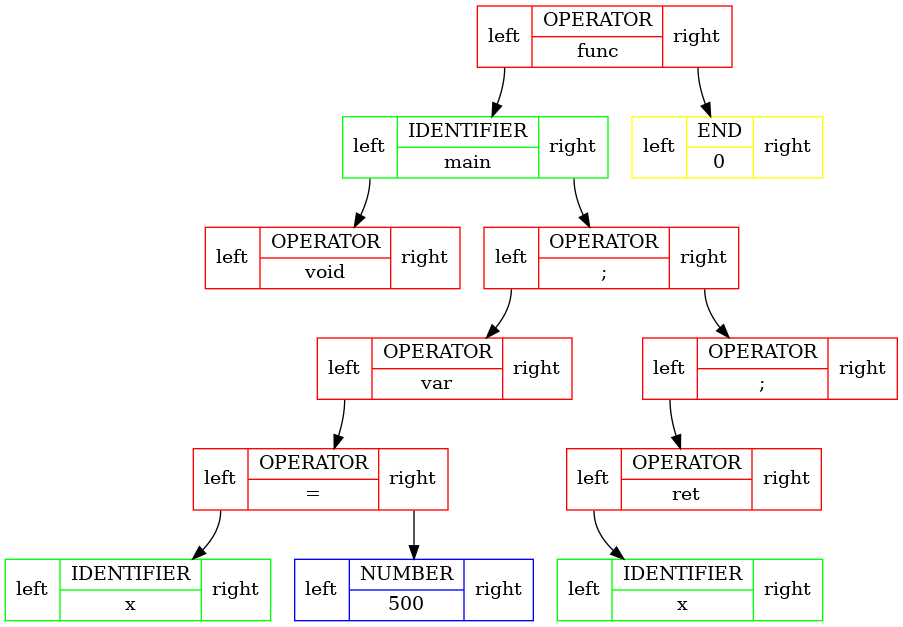
XDLoLiK/cmanzoku keeps this Graphviz diagram as Examples/test2.man.tree.png. Above is the earlier version. Its source is kept beside it as Examples/test2.man.tree.dot.
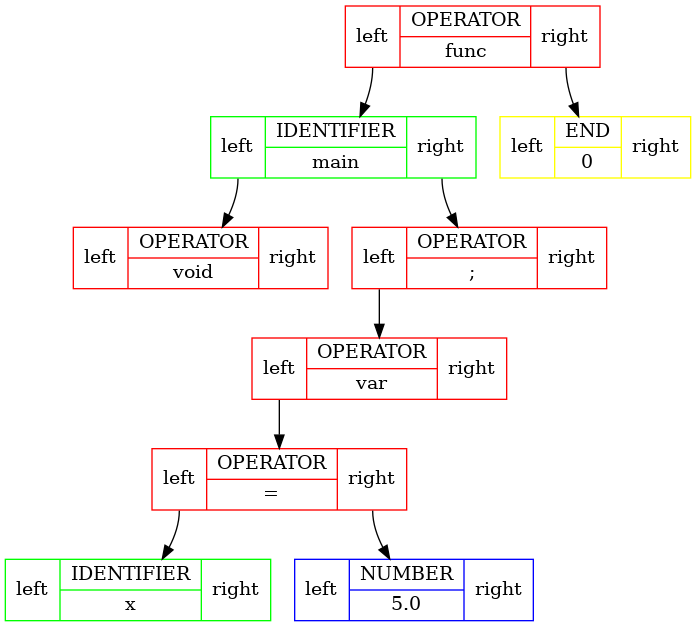
After the commit.

The edit, as a diff of the source:
```diff
@@ -1,27 +1,21 @@
 digraph tree {
 	rankdir=HR;
 	node [shape=record];
-	node0xd135a0 [color=red, label="<left> left | { OPERATOR | func } | <right> right"];
-	node0xd13630 [color=green, label="<left> left | { IDENTIFIER | main } | <right> right"];
-	node0xd136f0 [color=red, label="<left> left | { OPERATOR | void } | <right> right"];
-	node0xd13630:left -> node0xd136f0;
-	node0xd13f30 [color=red, label="<left> left | { OPERATOR | ; } | <right> right"];
-	node0xd13810 [color=red, label="<left> left | { OPERATOR | var } | <right> right"];
-	node0xd13930 [color=red, label="<left> left | { OPERATOR | = } | <right> right"];
-	node0xd138b0 [color=green, label="<left> left | { IDENTIFIER | x } | <right> right"];
-	node0xd13930:left -> node0xd138b0;
-	node0xd139b0 [color=blue, label="<left> left | { NUMBER | 500 } | <right> right"];
-	node0xd13930:right -> node0xd139b0;
-	node0xd13810:left -> node0xd13930;
-	node0xd13f30:left -> node0xd13810;
-	node0xd140a0 [color=red, label="<left> left | { OPERATOR | ; } | <right> right"];
-	node0xd13fa0 [color=red, label="<left> left | { OPERATOR | ret } | <right> right"];
-	node0xd14030 [color=green, label="<left> left | { IDENTIFIER | x } | <right> right"];
-	node0xd13fa0:left -> node0xd14030;
-	node0xd140a0:left -> node0xd13fa0;
-	node0xd13f30:right -> node0xd140a0;
-	node0xd13630:right -> node0xd13f30;
-	node0xd135a0:left -> node0xd13630;
-	node0xd14140 [color=yellow, label="<left> left | { END | 0 } | <right> right"];
-	node0xd135a0:right -> node0xd14140;
+	node0xf575f0 [color=red, label="<left> left | { OPERATOR | func } | <right> right"];
+	node0xf576b0 [color=green, label="<left> left | { IDENTIFIER | main } | <right> right"];
+	node0xf577d0 [color=red, label="<left> left | { OPERATOR | void } | <right> right"];
+	node0xf576b0:left -> node0xf577d0;
+	node0xf58340 [color=red, label="<left> left | { OPERATOR | ; } | <right> right"];
+	node0xf57980 [color=red, label="<left> left | { OPERATOR | var } | <right> right"];
+	node0xf57b00 [color=red, label="<left> left | { OPERATOR | = } | <right> right"];
+	node0xf57a50 [color=green, label="<left> left | { IDENTIFIER | x } | <right> right"];
+	node0xf57b00:left -> node0xf57a50;
+	node0xf57bb0 [color=blue, label="<left> left | { NUMBER | 5.0 } | <right> right"];
+	node0xf57b00:right -> node0xf57bb0;
+	node0xf57980:left -> node0xf57b00;
+	node0xf58340:left -> node0xf57980;
+	node0xf576b0:right -> node0xf58340;
+	node0xf575f0:left -> node0xf576b0;
+	node0xf58420 [color=yellow, label="<left> left | { END | 0 } | <right> right"];
+	node0xf575f0:right -> node0xf58420;
 }
```
